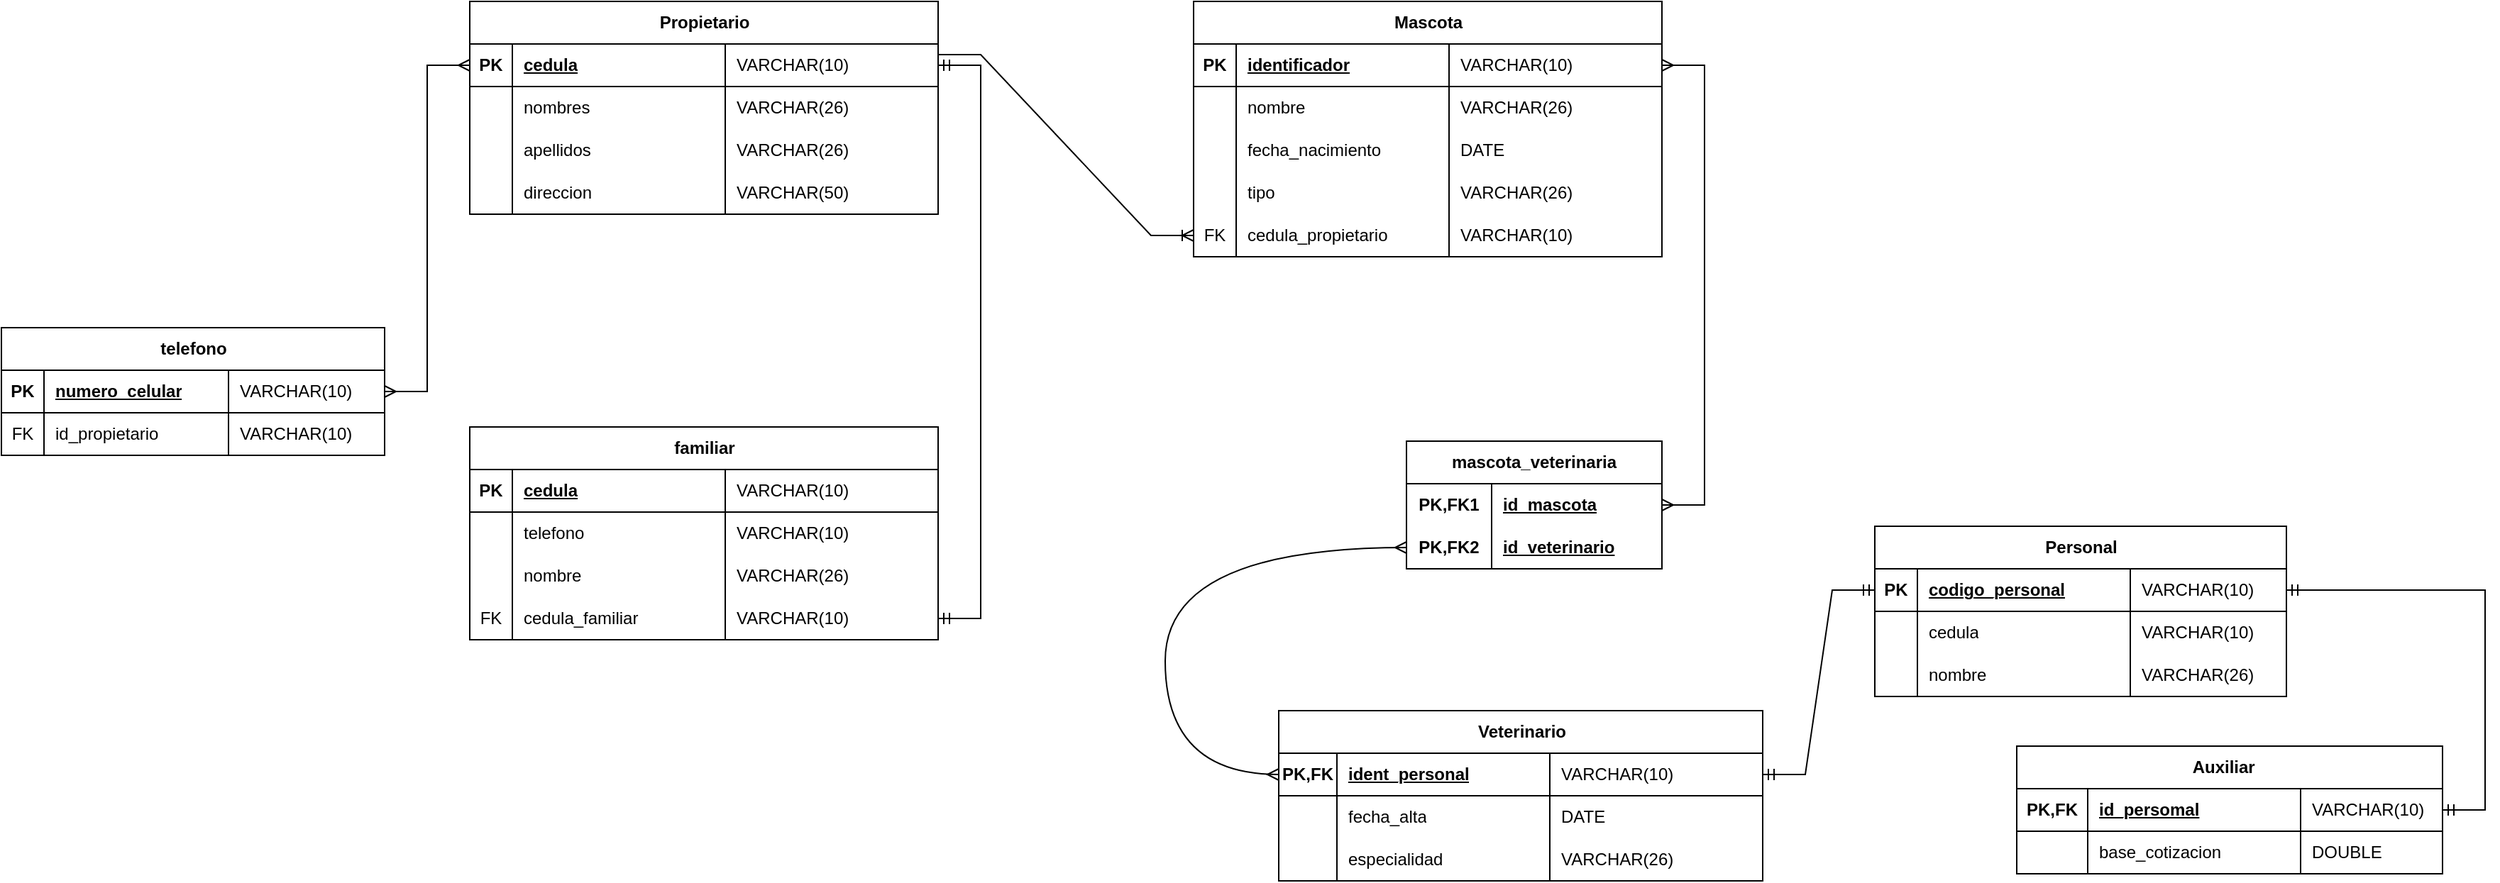
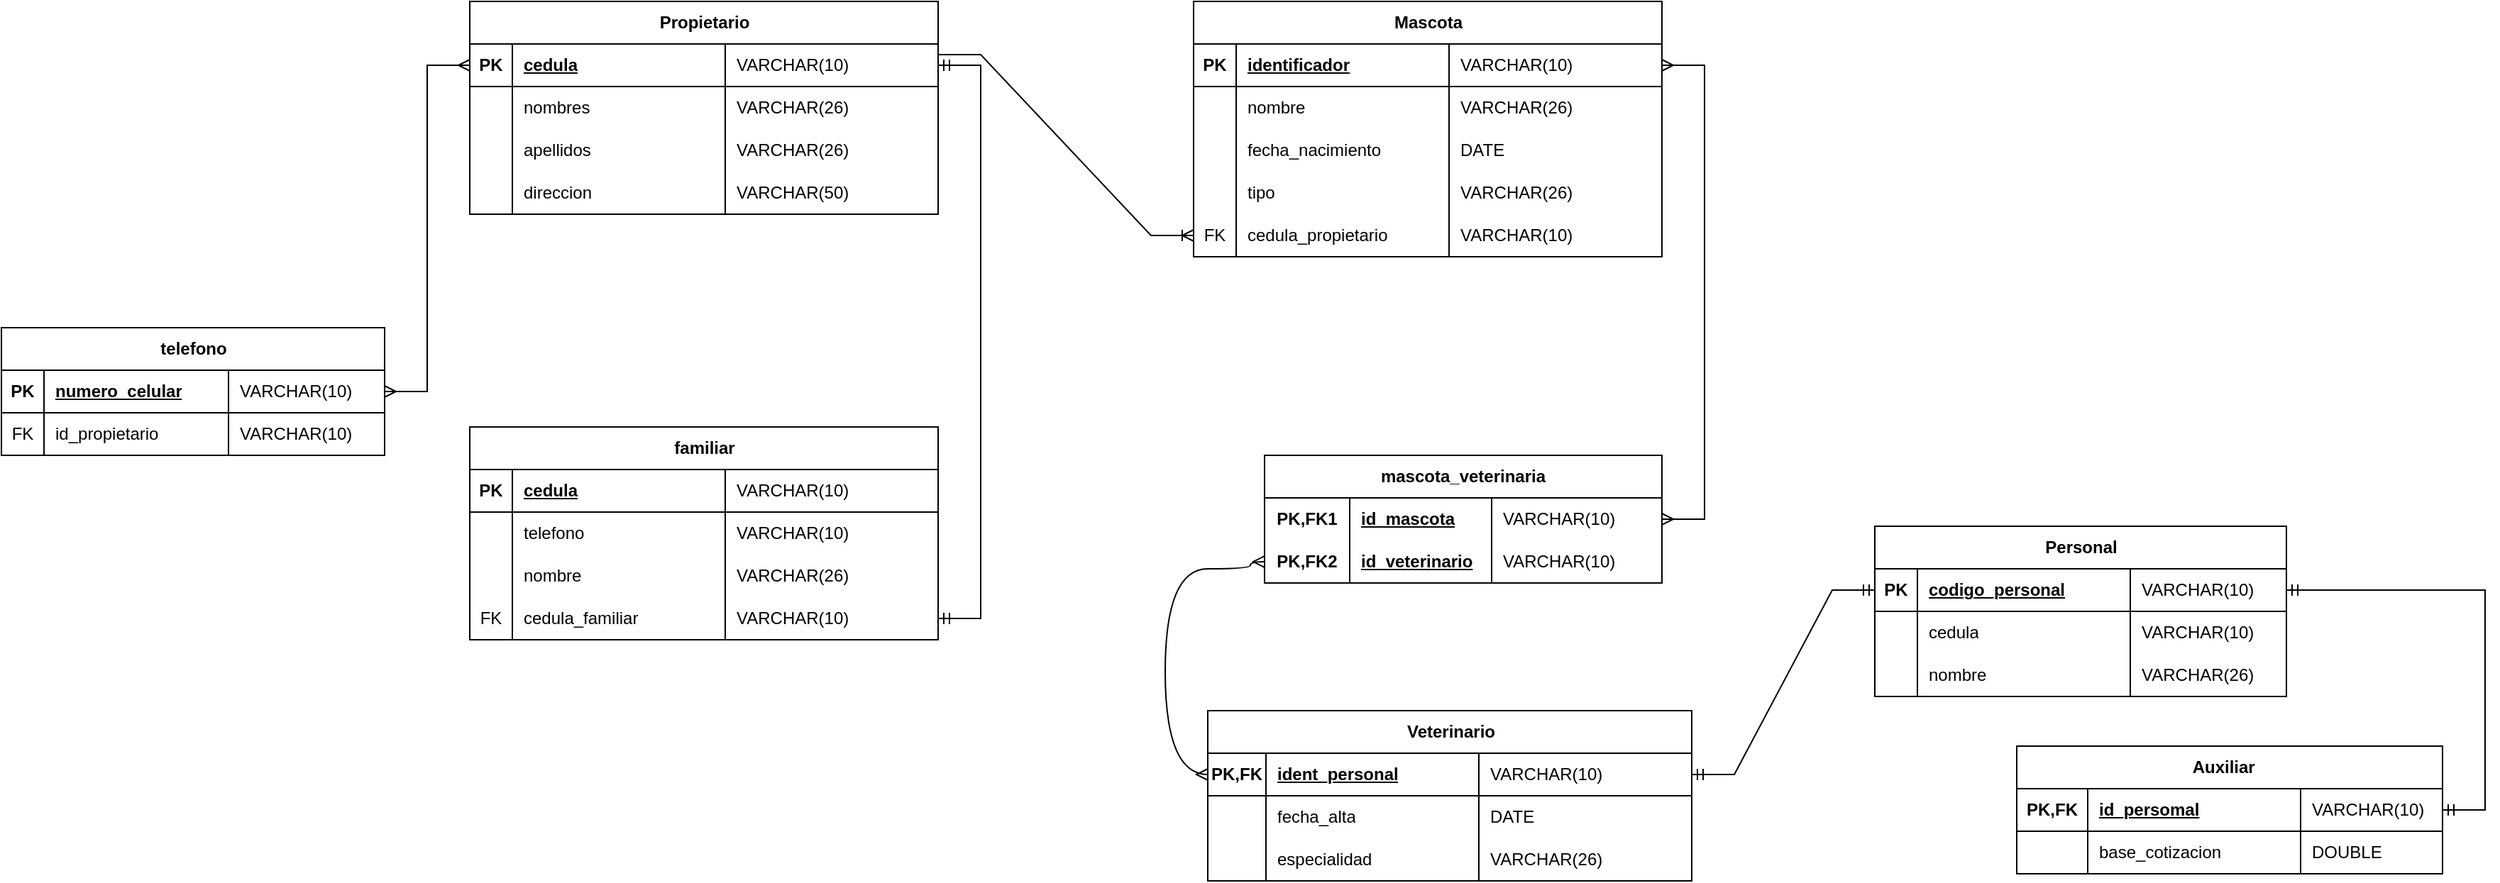
<mxfile host="app.diagrams.net">
  <diagram name="Página-1" id="RFB4FOK34oCEBsNtuuZf">
-     <mxGraphModel dx="2593" dy="975" grid="1" gridSize="10" guides="1" tooltips="1" connect="1" arrows="1" fold="1" page="1" pageScale="1" pageWidth="1200" pageHeight="1600" math="0" shadow="0">
+     <mxGraphModel dx="3057" dy="1300" grid="1" gridSize="10" guides="1" tooltips="1" connect="1" arrows="1" fold="1" page="1" pageScale="1" pageWidth="1200" pageHeight="1600" math="0" shadow="0">
      <root>
        <mxCell id="0" />
        <mxCell id="1" parent="0" />
        <mxCell id="0_z39_5xH4QXwe-hsvRL-1" parent="1" style="shape=table;startSize=30;container=1;collapsible=1;childLayout=tableLayout;fixedRows=1;rowLines=0;fontStyle=1;align=center;resizeLast=1;html=1;" value="Propietario" vertex="1">
          <mxGeometry height="150" width="330" x="80" y="240" as="geometry" />
        </mxCell>
        <mxCell id="0_z39_5xH4QXwe-hsvRL-2" parent="0_z39_5xH4QXwe-hsvRL-1" style="shape=tableRow;horizontal=0;startSize=0;swimlaneHead=0;swimlaneBody=0;fillColor=none;collapsible=0;dropTarget=0;points=[[0,0.5],[1,0.5]];portConstraint=eastwest;top=0;left=0;right=0;bottom=1;" value="" vertex="1">
          <mxGeometry height="30" width="330" y="30" as="geometry" />
        </mxCell>
        <mxCell id="0_z39_5xH4QXwe-hsvRL-3" parent="0_z39_5xH4QXwe-hsvRL-2" style="shape=partialRectangle;connectable=0;fillColor=none;top=0;left=0;bottom=0;right=0;fontStyle=1;overflow=hidden;whiteSpace=wrap;html=1;" value="PK" vertex="1">
          <mxGeometry height="30" width="30" as="geometry">
            <mxRectangle height="30" width="30" as="alternateBounds" />
          </mxGeometry>
        </mxCell>
        <mxCell id="0_z39_5xH4QXwe-hsvRL-4" parent="0_z39_5xH4QXwe-hsvRL-2" style="shape=partialRectangle;connectable=0;fillColor=none;top=0;left=0;bottom=0;right=0;align=left;spacingLeft=6;fontStyle=5;overflow=hidden;whiteSpace=wrap;html=1;" value="cedula" vertex="1">
          <mxGeometry height="30" width="150" x="30" as="geometry">
            <mxRectangle height="30" width="150" as="alternateBounds" />
          </mxGeometry>
        </mxCell>
        <mxCell id="0_z39_5xH4QXwe-hsvRL-30" parent="0_z39_5xH4QXwe-hsvRL-2" style="shape=partialRectangle;connectable=0;fillColor=none;top=0;left=0;bottom=0;right=0;align=left;spacingLeft=6;fontStyle=0;overflow=hidden;whiteSpace=wrap;html=1;" value="VARCHAR(10)" vertex="1">
          <mxGeometry height="30" width="150" x="180" as="geometry">
            <mxRectangle height="30" width="150" as="alternateBounds" />
          </mxGeometry>
        </mxCell>
        <mxCell id="0_z39_5xH4QXwe-hsvRL-5" parent="0_z39_5xH4QXwe-hsvRL-1" style="shape=tableRow;horizontal=0;startSize=0;swimlaneHead=0;swimlaneBody=0;fillColor=none;collapsible=0;dropTarget=0;points=[[0,0.5],[1,0.5]];portConstraint=eastwest;top=0;left=0;right=0;bottom=0;" value="" vertex="1">
          <mxGeometry height="30" width="330" y="60" as="geometry" />
        </mxCell>
        <mxCell id="0_z39_5xH4QXwe-hsvRL-6" parent="0_z39_5xH4QXwe-hsvRL-5" style="shape=partialRectangle;connectable=0;fillColor=none;top=0;left=0;bottom=0;right=0;editable=1;overflow=hidden;whiteSpace=wrap;html=1;" value="" vertex="1">
          <mxGeometry height="30" width="30" as="geometry">
            <mxRectangle height="30" width="30" as="alternateBounds" />
          </mxGeometry>
        </mxCell>
        <mxCell id="0_z39_5xH4QXwe-hsvRL-7" parent="0_z39_5xH4QXwe-hsvRL-5" style="shape=partialRectangle;connectable=0;fillColor=none;top=0;left=0;bottom=0;right=0;align=left;spacingLeft=6;overflow=hidden;whiteSpace=wrap;html=1;" value="nombres" vertex="1">
          <mxGeometry height="30" width="150" x="30" as="geometry">
            <mxRectangle height="30" width="150" as="alternateBounds" />
          </mxGeometry>
        </mxCell>
        <mxCell id="0_z39_5xH4QXwe-hsvRL-31" parent="0_z39_5xH4QXwe-hsvRL-5" style="shape=partialRectangle;connectable=0;fillColor=none;top=0;left=0;bottom=0;right=0;align=left;spacingLeft=6;overflow=hidden;whiteSpace=wrap;html=1;" value="VARCHAR(26)" vertex="1">
          <mxGeometry height="30" width="150" x="180" as="geometry">
            <mxRectangle height="30" width="150" as="alternateBounds" />
          </mxGeometry>
        </mxCell>
        <mxCell id="0_z39_5xH4QXwe-hsvRL-8" parent="0_z39_5xH4QXwe-hsvRL-1" style="shape=tableRow;horizontal=0;startSize=0;swimlaneHead=0;swimlaneBody=0;fillColor=none;collapsible=0;dropTarget=0;points=[[0,0.5],[1,0.5]];portConstraint=eastwest;top=0;left=0;right=0;bottom=0;" value="" vertex="1">
          <mxGeometry height="30" width="330" y="90" as="geometry" />
        </mxCell>
        <mxCell id="0_z39_5xH4QXwe-hsvRL-9" parent="0_z39_5xH4QXwe-hsvRL-8" style="shape=partialRectangle;connectable=0;fillColor=none;top=0;left=0;bottom=0;right=0;editable=1;overflow=hidden;whiteSpace=wrap;html=1;" value="" vertex="1">
          <mxGeometry height="30" width="30" as="geometry">
            <mxRectangle height="30" width="30" as="alternateBounds" />
          </mxGeometry>
        </mxCell>
        <mxCell id="0_z39_5xH4QXwe-hsvRL-10" parent="0_z39_5xH4QXwe-hsvRL-8" style="shape=partialRectangle;connectable=0;fillColor=none;top=0;left=0;bottom=0;right=0;align=left;spacingLeft=6;overflow=hidden;whiteSpace=wrap;html=1;" value="apellidos" vertex="1">
          <mxGeometry height="30" width="150" x="30" as="geometry">
            <mxRectangle height="30" width="150" as="alternateBounds" />
          </mxGeometry>
        </mxCell>
        <mxCell id="0_z39_5xH4QXwe-hsvRL-32" parent="0_z39_5xH4QXwe-hsvRL-8" style="shape=partialRectangle;connectable=0;fillColor=none;top=0;left=0;bottom=0;right=0;align=left;spacingLeft=6;overflow=hidden;whiteSpace=wrap;html=1;" value="VARCHAR(26)" vertex="1">
          <mxGeometry height="30" width="150" x="180" as="geometry">
            <mxRectangle height="30" width="150" as="alternateBounds" />
          </mxGeometry>
        </mxCell>
        <mxCell id="0_z39_5xH4QXwe-hsvRL-11" parent="0_z39_5xH4QXwe-hsvRL-1" style="shape=tableRow;horizontal=0;startSize=0;swimlaneHead=0;swimlaneBody=0;fillColor=none;collapsible=0;dropTarget=0;points=[[0,0.5],[1,0.5]];portConstraint=eastwest;top=0;left=0;right=0;bottom=0;" value="" vertex="1">
          <mxGeometry height="30" width="330" y="120" as="geometry" />
        </mxCell>
        <mxCell id="0_z39_5xH4QXwe-hsvRL-12" parent="0_z39_5xH4QXwe-hsvRL-11" style="shape=partialRectangle;connectable=0;fillColor=none;top=0;left=0;bottom=0;right=0;editable=1;overflow=hidden;whiteSpace=wrap;html=1;" value="" vertex="1">
          <mxGeometry height="30" width="30" as="geometry">
            <mxRectangle height="30" width="30" as="alternateBounds" />
          </mxGeometry>
        </mxCell>
        <mxCell id="0_z39_5xH4QXwe-hsvRL-13" parent="0_z39_5xH4QXwe-hsvRL-11" style="shape=partialRectangle;connectable=0;fillColor=none;top=0;left=0;bottom=0;right=0;align=left;spacingLeft=6;overflow=hidden;whiteSpace=wrap;html=1;" value="direccion" vertex="1">
          <mxGeometry height="30" width="150" x="30" as="geometry">
            <mxRectangle height="30" width="150" as="alternateBounds" />
          </mxGeometry>
        </mxCell>
        <mxCell id="0_z39_5xH4QXwe-hsvRL-33" parent="0_z39_5xH4QXwe-hsvRL-11" style="shape=partialRectangle;connectable=0;fillColor=none;top=0;left=0;bottom=0;right=0;align=left;spacingLeft=6;overflow=hidden;whiteSpace=wrap;html=1;" value="VARCHAR(50)" vertex="1">
          <mxGeometry height="30" width="150" x="180" as="geometry">
            <mxRectangle height="30" width="150" as="alternateBounds" />
          </mxGeometry>
        </mxCell>
        <mxCell id="0_z39_5xH4QXwe-hsvRL-14" parent="1" style="shape=table;startSize=30;container=1;collapsible=1;childLayout=tableLayout;fixedRows=1;rowLines=0;fontStyle=1;align=center;resizeLast=1;html=1;" value="Mascota" vertex="1">
          <mxGeometry height="180" width="330" x="590" y="240" as="geometry" />
        </mxCell>
        <mxCell id="0_z39_5xH4QXwe-hsvRL-15" parent="0_z39_5xH4QXwe-hsvRL-14" style="shape=tableRow;horizontal=0;startSize=0;swimlaneHead=0;swimlaneBody=0;fillColor=none;collapsible=0;dropTarget=0;points=[[0,0.5],[1,0.5]];portConstraint=eastwest;top=0;left=0;right=0;bottom=1;" value="" vertex="1">
          <mxGeometry height="30" width="330" y="30" as="geometry" />
        </mxCell>
        <mxCell id="0_z39_5xH4QXwe-hsvRL-16" parent="0_z39_5xH4QXwe-hsvRL-15" style="shape=partialRectangle;connectable=0;fillColor=none;top=0;left=0;bottom=0;right=0;fontStyle=1;overflow=hidden;whiteSpace=wrap;html=1;" value="PK" vertex="1">
          <mxGeometry height="30" width="30" as="geometry">
            <mxRectangle height="30" width="30" as="alternateBounds" />
          </mxGeometry>
        </mxCell>
        <mxCell id="0_z39_5xH4QXwe-hsvRL-17" parent="0_z39_5xH4QXwe-hsvRL-15" style="shape=partialRectangle;connectable=0;fillColor=none;top=0;left=0;bottom=0;right=0;align=left;spacingLeft=6;fontStyle=5;overflow=hidden;whiteSpace=wrap;html=1;" value="identificador" vertex="1">
          <mxGeometry height="30" width="150" x="30" as="geometry">
            <mxRectangle height="30" width="150" as="alternateBounds" />
          </mxGeometry>
        </mxCell>
        <mxCell id="0_z39_5xH4QXwe-hsvRL-34" parent="0_z39_5xH4QXwe-hsvRL-15" style="shape=partialRectangle;connectable=0;fillColor=none;top=0;left=0;bottom=0;right=0;align=left;spacingLeft=6;fontStyle=0;overflow=hidden;whiteSpace=wrap;html=1;" value="VARCHAR(10)" vertex="1">
          <mxGeometry height="30" width="150" x="180" as="geometry">
            <mxRectangle height="30" width="150" as="alternateBounds" />
          </mxGeometry>
        </mxCell>
        <mxCell id="0_z39_5xH4QXwe-hsvRL-18" parent="0_z39_5xH4QXwe-hsvRL-14" style="shape=tableRow;horizontal=0;startSize=0;swimlaneHead=0;swimlaneBody=0;fillColor=none;collapsible=0;dropTarget=0;points=[[0,0.5],[1,0.5]];portConstraint=eastwest;top=0;left=0;right=0;bottom=0;" value="" vertex="1">
          <mxGeometry height="30" width="330" y="60" as="geometry" />
        </mxCell>
        <mxCell id="0_z39_5xH4QXwe-hsvRL-19" parent="0_z39_5xH4QXwe-hsvRL-18" style="shape=partialRectangle;connectable=0;fillColor=none;top=0;left=0;bottom=0;right=0;editable=1;overflow=hidden;whiteSpace=wrap;html=1;" value="" vertex="1">
          <mxGeometry height="30" width="30" as="geometry">
            <mxRectangle height="30" width="30" as="alternateBounds" />
          </mxGeometry>
        </mxCell>
        <mxCell id="0_z39_5xH4QXwe-hsvRL-20" parent="0_z39_5xH4QXwe-hsvRL-18" style="shape=partialRectangle;connectable=0;fillColor=none;top=0;left=0;bottom=0;right=0;align=left;spacingLeft=6;overflow=hidden;whiteSpace=wrap;html=1;" value="nombre&amp;nbsp;&lt;span style=&quot;white-space: pre;&quot;&gt;&#x9;&lt;/span&gt;" vertex="1">
          <mxGeometry height="30" width="150" x="30" as="geometry">
            <mxRectangle height="30" width="150" as="alternateBounds" />
          </mxGeometry>
        </mxCell>
        <mxCell id="0_z39_5xH4QXwe-hsvRL-35" parent="0_z39_5xH4QXwe-hsvRL-18" style="shape=partialRectangle;connectable=0;fillColor=none;top=0;left=0;bottom=0;right=0;align=left;spacingLeft=6;overflow=hidden;whiteSpace=wrap;html=1;" value="VARCHAR(26)" vertex="1">
          <mxGeometry height="30" width="150" x="180" as="geometry">
            <mxRectangle height="30" width="150" as="alternateBounds" />
          </mxGeometry>
        </mxCell>
        <mxCell id="0_z39_5xH4QXwe-hsvRL-21" parent="0_z39_5xH4QXwe-hsvRL-14" style="shape=tableRow;horizontal=0;startSize=0;swimlaneHead=0;swimlaneBody=0;fillColor=none;collapsible=0;dropTarget=0;points=[[0,0.5],[1,0.5]];portConstraint=eastwest;top=0;left=0;right=0;bottom=0;" value="" vertex="1">
          <mxGeometry height="30" width="330" y="90" as="geometry" />
        </mxCell>
        <mxCell id="0_z39_5xH4QXwe-hsvRL-22" parent="0_z39_5xH4QXwe-hsvRL-21" style="shape=partialRectangle;connectable=0;fillColor=none;top=0;left=0;bottom=0;right=0;editable=1;overflow=hidden;whiteSpace=wrap;html=1;" value="" vertex="1">
          <mxGeometry height="30" width="30" as="geometry">
            <mxRectangle height="30" width="30" as="alternateBounds" />
          </mxGeometry>
        </mxCell>
        <mxCell id="0_z39_5xH4QXwe-hsvRL-23" parent="0_z39_5xH4QXwe-hsvRL-21" style="shape=partialRectangle;connectable=0;fillColor=none;top=0;left=0;bottom=0;right=0;align=left;spacingLeft=6;overflow=hidden;whiteSpace=wrap;html=1;" value="fecha_nacimiento" vertex="1">
          <mxGeometry height="30" width="150" x="30" as="geometry">
            <mxRectangle height="30" width="150" as="alternateBounds" />
          </mxGeometry>
        </mxCell>
        <mxCell id="0_z39_5xH4QXwe-hsvRL-36" parent="0_z39_5xH4QXwe-hsvRL-21" style="shape=partialRectangle;connectable=0;fillColor=none;top=0;left=0;bottom=0;right=0;align=left;spacingLeft=6;overflow=hidden;whiteSpace=wrap;html=1;" value="DATE" vertex="1">
          <mxGeometry height="30" width="150" x="180" as="geometry">
            <mxRectangle height="30" width="150" as="alternateBounds" />
          </mxGeometry>
        </mxCell>
        <mxCell id="0_z39_5xH4QXwe-hsvRL-24" parent="0_z39_5xH4QXwe-hsvRL-14" style="shape=tableRow;horizontal=0;startSize=0;swimlaneHead=0;swimlaneBody=0;fillColor=none;collapsible=0;dropTarget=0;points=[[0,0.5],[1,0.5]];portConstraint=eastwest;top=0;left=0;right=0;bottom=0;" value="" vertex="1">
          <mxGeometry height="30" width="330" y="120" as="geometry" />
        </mxCell>
        <mxCell id="0_z39_5xH4QXwe-hsvRL-25" parent="0_z39_5xH4QXwe-hsvRL-24" style="shape=partialRectangle;connectable=0;fillColor=none;top=0;left=0;bottom=0;right=0;editable=1;overflow=hidden;whiteSpace=wrap;html=1;" value="" vertex="1">
          <mxGeometry height="30" width="30" as="geometry">
            <mxRectangle height="30" width="30" as="alternateBounds" />
          </mxGeometry>
        </mxCell>
        <mxCell id="0_z39_5xH4QXwe-hsvRL-26" parent="0_z39_5xH4QXwe-hsvRL-24" style="shape=partialRectangle;connectable=0;fillColor=none;top=0;left=0;bottom=0;right=0;align=left;spacingLeft=6;overflow=hidden;whiteSpace=wrap;html=1;" value="tipo" vertex="1">
          <mxGeometry height="30" width="150" x="30" as="geometry">
            <mxRectangle height="30" width="150" as="alternateBounds" />
          </mxGeometry>
        </mxCell>
        <mxCell id="0_z39_5xH4QXwe-hsvRL-37" parent="0_z39_5xH4QXwe-hsvRL-24" style="shape=partialRectangle;connectable=0;fillColor=none;top=0;left=0;bottom=0;right=0;align=left;spacingLeft=6;overflow=hidden;whiteSpace=wrap;html=1;" value="VARCHAR(26)" vertex="1">
          <mxGeometry height="30" width="150" x="180" as="geometry">
            <mxRectangle height="30" width="150" as="alternateBounds" />
          </mxGeometry>
        </mxCell>
        <mxCell id="0_z39_5xH4QXwe-hsvRL-27" parent="0_z39_5xH4QXwe-hsvRL-14" style="shape=tableRow;horizontal=0;startSize=0;swimlaneHead=0;swimlaneBody=0;fillColor=none;collapsible=0;dropTarget=0;points=[[0,0.5],[1,0.5]];portConstraint=eastwest;top=0;left=0;right=0;bottom=0;" value="" vertex="1">
          <mxGeometry height="30" width="330" y="150" as="geometry" />
        </mxCell>
        <mxCell id="0_z39_5xH4QXwe-hsvRL-28" parent="0_z39_5xH4QXwe-hsvRL-27" style="shape=partialRectangle;connectable=0;fillColor=none;top=0;left=0;bottom=0;right=0;editable=1;overflow=hidden;whiteSpace=wrap;html=1;" value="FK" vertex="1">
          <mxGeometry height="30" width="30" as="geometry">
            <mxRectangle height="30" width="30" as="alternateBounds" />
          </mxGeometry>
        </mxCell>
        <mxCell id="0_z39_5xH4QXwe-hsvRL-29" parent="0_z39_5xH4QXwe-hsvRL-27" style="shape=partialRectangle;connectable=0;fillColor=none;top=0;left=0;bottom=0;right=0;align=left;spacingLeft=6;overflow=hidden;whiteSpace=wrap;html=1;" value="cedula_propietario" vertex="1">
          <mxGeometry height="30" width="150" x="30" as="geometry">
            <mxRectangle height="30" width="150" as="alternateBounds" />
          </mxGeometry>
        </mxCell>
        <mxCell id="0_z39_5xH4QXwe-hsvRL-38" parent="0_z39_5xH4QXwe-hsvRL-27" style="shape=partialRectangle;connectable=0;fillColor=none;top=0;left=0;bottom=0;right=0;align=left;spacingLeft=6;overflow=hidden;whiteSpace=wrap;html=1;" value="VARCHAR(10)" vertex="1">
          <mxGeometry height="30" width="150" x="180" as="geometry">
            <mxRectangle height="30" width="150" as="alternateBounds" />
          </mxGeometry>
        </mxCell>
        <mxCell id="0_z39_5xH4QXwe-hsvRL-39" parent="1" style="shape=table;startSize=30;container=1;collapsible=1;childLayout=tableLayout;fixedRows=1;rowLines=0;fontStyle=1;align=center;resizeLast=1;html=1;" value="Personal" vertex="1">
          <mxGeometry height="120" width="290" x="1070" y="610" as="geometry" />
        </mxCell>
        <mxCell id="0_z39_5xH4QXwe-hsvRL-40" parent="0_z39_5xH4QXwe-hsvRL-39" style="shape=tableRow;horizontal=0;startSize=0;swimlaneHead=0;swimlaneBody=0;fillColor=none;collapsible=0;dropTarget=0;points=[[0,0.5],[1,0.5]];portConstraint=eastwest;top=0;left=0;right=0;bottom=1;" value="" vertex="1">
          <mxGeometry height="30" width="290" y="30" as="geometry" />
        </mxCell>
        <mxCell id="0_z39_5xH4QXwe-hsvRL-41" parent="0_z39_5xH4QXwe-hsvRL-40" style="shape=partialRectangle;connectable=0;fillColor=none;top=0;left=0;bottom=0;right=0;fontStyle=1;overflow=hidden;whiteSpace=wrap;html=1;" value="PK" vertex="1">
          <mxGeometry height="30" width="30" as="geometry">
            <mxRectangle height="30" width="30" as="alternateBounds" />
          </mxGeometry>
        </mxCell>
        <mxCell id="0_z39_5xH4QXwe-hsvRL-42" parent="0_z39_5xH4QXwe-hsvRL-40" style="shape=partialRectangle;connectable=0;fillColor=none;top=0;left=0;bottom=0;right=0;align=left;spacingLeft=6;fontStyle=5;overflow=hidden;whiteSpace=wrap;html=1;" value="codigo_personal" vertex="1">
          <mxGeometry height="30" width="150" x="30" as="geometry">
            <mxRectangle height="30" width="150" as="alternateBounds" />
          </mxGeometry>
        </mxCell>
        <mxCell id="0_z39_5xH4QXwe-hsvRL-80" parent="0_z39_5xH4QXwe-hsvRL-40" style="shape=partialRectangle;connectable=0;fillColor=none;top=0;left=0;bottom=0;right=0;align=left;spacingLeft=6;fontStyle=0;overflow=hidden;whiteSpace=wrap;html=1;" value="VARCHAR(10)" vertex="1">
          <mxGeometry height="30" width="110" x="180" as="geometry">
            <mxRectangle height="30" width="110" as="alternateBounds" />
          </mxGeometry>
        </mxCell>
        <mxCell id="0_z39_5xH4QXwe-hsvRL-43" parent="0_z39_5xH4QXwe-hsvRL-39" style="shape=tableRow;horizontal=0;startSize=0;swimlaneHead=0;swimlaneBody=0;fillColor=none;collapsible=0;dropTarget=0;points=[[0,0.5],[1,0.5]];portConstraint=eastwest;top=0;left=0;right=0;bottom=0;" value="" vertex="1">
          <mxGeometry height="30" width="290" y="60" as="geometry" />
        </mxCell>
        <mxCell id="0_z39_5xH4QXwe-hsvRL-44" parent="0_z39_5xH4QXwe-hsvRL-43" style="shape=partialRectangle;connectable=0;fillColor=none;top=0;left=0;bottom=0;right=0;editable=1;overflow=hidden;whiteSpace=wrap;html=1;" value="" vertex="1">
          <mxGeometry height="30" width="30" as="geometry">
            <mxRectangle height="30" width="30" as="alternateBounds" />
          </mxGeometry>
        </mxCell>
        <mxCell id="0_z39_5xH4QXwe-hsvRL-45" parent="0_z39_5xH4QXwe-hsvRL-43" style="shape=partialRectangle;connectable=0;fillColor=none;top=0;left=0;bottom=0;right=0;align=left;spacingLeft=6;overflow=hidden;whiteSpace=wrap;html=1;" value="cedula" vertex="1">
          <mxGeometry height="30" width="150" x="30" as="geometry">
            <mxRectangle height="30" width="150" as="alternateBounds" />
          </mxGeometry>
        </mxCell>
        <mxCell id="0_z39_5xH4QXwe-hsvRL-81" parent="0_z39_5xH4QXwe-hsvRL-43" style="shape=partialRectangle;connectable=0;fillColor=none;top=0;left=0;bottom=0;right=0;align=left;spacingLeft=6;overflow=hidden;whiteSpace=wrap;html=1;" value="VARCHAR(10)" vertex="1">
          <mxGeometry height="30" width="110" x="180" as="geometry">
            <mxRectangle height="30" width="110" as="alternateBounds" />
          </mxGeometry>
        </mxCell>
        <mxCell id="0_z39_5xH4QXwe-hsvRL-46" parent="0_z39_5xH4QXwe-hsvRL-39" style="shape=tableRow;horizontal=0;startSize=0;swimlaneHead=0;swimlaneBody=0;fillColor=none;collapsible=0;dropTarget=0;points=[[0,0.5],[1,0.5]];portConstraint=eastwest;top=0;left=0;right=0;bottom=0;" value="" vertex="1">
          <mxGeometry height="30" width="290" y="90" as="geometry" />
        </mxCell>
        <mxCell id="0_z39_5xH4QXwe-hsvRL-47" parent="0_z39_5xH4QXwe-hsvRL-46" style="shape=partialRectangle;connectable=0;fillColor=none;top=0;left=0;bottom=0;right=0;editable=1;overflow=hidden;whiteSpace=wrap;html=1;" value="" vertex="1">
          <mxGeometry height="30" width="30" as="geometry">
            <mxRectangle height="30" width="30" as="alternateBounds" />
          </mxGeometry>
        </mxCell>
        <mxCell id="0_z39_5xH4QXwe-hsvRL-48" parent="0_z39_5xH4QXwe-hsvRL-46" style="shape=partialRectangle;connectable=0;fillColor=none;top=0;left=0;bottom=0;right=0;align=left;spacingLeft=6;overflow=hidden;whiteSpace=wrap;html=1;" value="nombre" vertex="1">
          <mxGeometry height="30" width="150" x="30" as="geometry">
            <mxRectangle height="30" width="150" as="alternateBounds" />
          </mxGeometry>
        </mxCell>
        <mxCell id="0_z39_5xH4QXwe-hsvRL-82" parent="0_z39_5xH4QXwe-hsvRL-46" style="shape=partialRectangle;connectable=0;fillColor=none;top=0;left=0;bottom=0;right=0;align=left;spacingLeft=6;overflow=hidden;whiteSpace=wrap;html=1;" value="VARCHAR(26)" vertex="1">
          <mxGeometry height="30" width="110" x="180" as="geometry">
            <mxRectangle height="30" width="110" as="alternateBounds" />
          </mxGeometry>
        </mxCell>
        <mxCell id="0_z39_5xH4QXwe-hsvRL-52" parent="1" style="shape=table;startSize=30;container=1;collapsible=1;childLayout=tableLayout;fixedRows=1;rowLines=0;fontStyle=1;align=center;resizeLast=1;html=1;" value="Veterinario" vertex="1">
-           <mxGeometry height="120" width="341" x="650" y="740" as="geometry" />
+           <mxGeometry height="120" width="341" x="600" y="740" as="geometry" />
        </mxCell>
        <mxCell id="0_z39_5xH4QXwe-hsvRL-53" parent="0_z39_5xH4QXwe-hsvRL-52" style="shape=tableRow;horizontal=0;startSize=0;swimlaneHead=0;swimlaneBody=0;fillColor=none;collapsible=0;dropTarget=0;points=[[0,0.5],[1,0.5]];portConstraint=eastwest;top=0;left=0;right=0;bottom=1;" value="" vertex="1">
          <mxGeometry height="30" width="341" y="30" as="geometry" />
        </mxCell>
        <mxCell id="0_z39_5xH4QXwe-hsvRL-54" parent="0_z39_5xH4QXwe-hsvRL-53" style="shape=partialRectangle;connectable=0;fillColor=none;top=0;left=0;bottom=0;right=0;fontStyle=1;overflow=hidden;whiteSpace=wrap;html=1;" value="PK,FK" vertex="1">
          <mxGeometry height="30" width="41" as="geometry">
            <mxRectangle height="30" width="41" as="alternateBounds" />
          </mxGeometry>
        </mxCell>
        <mxCell id="0_z39_5xH4QXwe-hsvRL-55" parent="0_z39_5xH4QXwe-hsvRL-53" style="shape=partialRectangle;connectable=0;fillColor=none;top=0;left=0;bottom=0;right=0;align=left;spacingLeft=6;fontStyle=5;overflow=hidden;whiteSpace=wrap;html=1;" value="ident_personal" vertex="1">
          <mxGeometry height="30" width="150" x="41" as="geometry">
            <mxRectangle height="30" width="150" as="alternateBounds" />
          </mxGeometry>
        </mxCell>
        <mxCell id="0_z39_5xH4QXwe-hsvRL-85" parent="0_z39_5xH4QXwe-hsvRL-53" style="shape=partialRectangle;connectable=0;fillColor=none;top=0;left=0;bottom=0;right=0;align=left;spacingLeft=6;fontStyle=0;overflow=hidden;whiteSpace=wrap;html=1;" value="VARCHAR(10)" vertex="1">
          <mxGeometry height="30" width="150" x="191" as="geometry">
            <mxRectangle height="30" width="150" as="alternateBounds" />
          </mxGeometry>
        </mxCell>
        <mxCell id="0_z39_5xH4QXwe-hsvRL-56" parent="0_z39_5xH4QXwe-hsvRL-52" style="shape=tableRow;horizontal=0;startSize=0;swimlaneHead=0;swimlaneBody=0;fillColor=none;collapsible=0;dropTarget=0;points=[[0,0.5],[1,0.5]];portConstraint=eastwest;top=0;left=0;right=0;bottom=0;" value="" vertex="1">
          <mxGeometry height="30" width="341" y="60" as="geometry" />
        </mxCell>
        <mxCell id="0_z39_5xH4QXwe-hsvRL-57" parent="0_z39_5xH4QXwe-hsvRL-56" style="shape=partialRectangle;connectable=0;fillColor=none;top=0;left=0;bottom=0;right=0;editable=1;overflow=hidden;whiteSpace=wrap;html=1;" value="" vertex="1">
          <mxGeometry height="30" width="41" as="geometry">
            <mxRectangle height="30" width="41" as="alternateBounds" />
          </mxGeometry>
        </mxCell>
        <mxCell id="0_z39_5xH4QXwe-hsvRL-58" parent="0_z39_5xH4QXwe-hsvRL-56" style="shape=partialRectangle;connectable=0;fillColor=none;top=0;left=0;bottom=0;right=0;align=left;spacingLeft=6;overflow=hidden;whiteSpace=wrap;html=1;" value="fecha_alta" vertex="1">
          <mxGeometry height="30" width="150" x="41" as="geometry">
            <mxRectangle height="30" width="150" as="alternateBounds" />
          </mxGeometry>
        </mxCell>
        <mxCell id="0_z39_5xH4QXwe-hsvRL-86" parent="0_z39_5xH4QXwe-hsvRL-56" style="shape=partialRectangle;connectable=0;fillColor=none;top=0;left=0;bottom=0;right=0;align=left;spacingLeft=6;overflow=hidden;whiteSpace=wrap;html=1;" value="DATE" vertex="1">
          <mxGeometry height="30" width="150" x="191" as="geometry">
            <mxRectangle height="30" width="150" as="alternateBounds" />
          </mxGeometry>
        </mxCell>
        <mxCell id="0_z39_5xH4QXwe-hsvRL-59" parent="0_z39_5xH4QXwe-hsvRL-52" style="shape=tableRow;horizontal=0;startSize=0;swimlaneHead=0;swimlaneBody=0;fillColor=none;collapsible=0;dropTarget=0;points=[[0,0.5],[1,0.5]];portConstraint=eastwest;top=0;left=0;right=0;bottom=0;" value="" vertex="1">
          <mxGeometry height="30" width="341" y="90" as="geometry" />
        </mxCell>
        <mxCell id="0_z39_5xH4QXwe-hsvRL-60" parent="0_z39_5xH4QXwe-hsvRL-59" style="shape=partialRectangle;connectable=0;fillColor=none;top=0;left=0;bottom=0;right=0;editable=1;overflow=hidden;whiteSpace=wrap;html=1;" value="" vertex="1">
          <mxGeometry height="30" width="41" as="geometry">
            <mxRectangle height="30" width="41" as="alternateBounds" />
          </mxGeometry>
        </mxCell>
        <mxCell id="0_z39_5xH4QXwe-hsvRL-61" parent="0_z39_5xH4QXwe-hsvRL-59" style="shape=partialRectangle;connectable=0;fillColor=none;top=0;left=0;bottom=0;right=0;align=left;spacingLeft=6;overflow=hidden;whiteSpace=wrap;html=1;" value="especialidad" vertex="1">
          <mxGeometry height="30" width="150" x="41" as="geometry">
            <mxRectangle height="30" width="150" as="alternateBounds" />
          </mxGeometry>
        </mxCell>
        <mxCell id="0_z39_5xH4QXwe-hsvRL-87" parent="0_z39_5xH4QXwe-hsvRL-59" style="shape=partialRectangle;connectable=0;fillColor=none;top=0;left=0;bottom=0;right=0;align=left;spacingLeft=6;overflow=hidden;whiteSpace=wrap;html=1;" value="VARCHAR(26)" vertex="1">
          <mxGeometry height="30" width="150" x="191" as="geometry">
            <mxRectangle height="30" width="150" as="alternateBounds" />
          </mxGeometry>
        </mxCell>
        <mxCell id="0_z39_5xH4QXwe-hsvRL-65" parent="1" style="shape=table;startSize=30;container=1;collapsible=1;childLayout=tableLayout;fixedRows=1;rowLines=0;fontStyle=1;align=center;resizeLast=1;html=1;" value="Auxiliar&lt;span style=&quot;white-space: pre;&quot;&gt;&#x9;&lt;/span&gt;" vertex="1">
          <mxGeometry height="90" width="300" x="1170" y="765" as="geometry" />
        </mxCell>
        <mxCell id="0_z39_5xH4QXwe-hsvRL-66" parent="0_z39_5xH4QXwe-hsvRL-65" style="shape=tableRow;horizontal=0;startSize=0;swimlaneHead=0;swimlaneBody=0;fillColor=none;collapsible=0;dropTarget=0;points=[[0,0.5],[1,0.5]];portConstraint=eastwest;top=0;left=0;right=0;bottom=1;" value="" vertex="1">
          <mxGeometry height="30" width="300" y="30" as="geometry" />
        </mxCell>
        <mxCell id="0_z39_5xH4QXwe-hsvRL-67" parent="0_z39_5xH4QXwe-hsvRL-66" style="shape=partialRectangle;connectable=0;fillColor=none;top=0;left=0;bottom=0;right=0;fontStyle=1;overflow=hidden;whiteSpace=wrap;html=1;" value="PK,FK" vertex="1">
          <mxGeometry height="30" width="50" as="geometry">
            <mxRectangle height="30" width="50" as="alternateBounds" />
          </mxGeometry>
        </mxCell>
        <mxCell id="0_z39_5xH4QXwe-hsvRL-68" parent="0_z39_5xH4QXwe-hsvRL-66" style="shape=partialRectangle;connectable=0;fillColor=none;top=0;left=0;bottom=0;right=0;align=left;spacingLeft=6;fontStyle=5;overflow=hidden;whiteSpace=wrap;html=1;" value="id_persomal" vertex="1">
          <mxGeometry height="30" width="150" x="50" as="geometry">
            <mxRectangle height="30" width="150" as="alternateBounds" />
          </mxGeometry>
        </mxCell>
        <mxCell id="0_z39_5xH4QXwe-hsvRL-78" parent="0_z39_5xH4QXwe-hsvRL-66" style="shape=partialRectangle;connectable=0;fillColor=none;top=0;left=0;bottom=0;right=0;align=left;spacingLeft=6;fontStyle=0;overflow=hidden;whiteSpace=wrap;html=1;" value="VARCHAR(10)" vertex="1">
          <mxGeometry height="30" width="100" x="200" as="geometry">
            <mxRectangle height="30" width="100" as="alternateBounds" />
          </mxGeometry>
        </mxCell>
        <mxCell id="0_z39_5xH4QXwe-hsvRL-69" parent="0_z39_5xH4QXwe-hsvRL-65" style="shape=tableRow;horizontal=0;startSize=0;swimlaneHead=0;swimlaneBody=0;fillColor=none;collapsible=0;dropTarget=0;points=[[0,0.5],[1,0.5]];portConstraint=eastwest;top=0;left=0;right=0;bottom=0;" value="" vertex="1">
          <mxGeometry height="30" width="300" y="60" as="geometry" />
        </mxCell>
        <mxCell id="0_z39_5xH4QXwe-hsvRL-70" parent="0_z39_5xH4QXwe-hsvRL-69" style="shape=partialRectangle;connectable=0;fillColor=none;top=0;left=0;bottom=0;right=0;editable=1;overflow=hidden;whiteSpace=wrap;html=1;" value="" vertex="1">
          <mxGeometry height="30" width="50" as="geometry">
            <mxRectangle height="30" width="50" as="alternateBounds" />
          </mxGeometry>
        </mxCell>
        <mxCell id="0_z39_5xH4QXwe-hsvRL-71" parent="0_z39_5xH4QXwe-hsvRL-69" style="shape=partialRectangle;connectable=0;fillColor=none;top=0;left=0;bottom=0;right=0;align=left;spacingLeft=6;overflow=hidden;whiteSpace=wrap;html=1;" value="base_cotizacion" vertex="1">
          <mxGeometry height="30" width="150" x="50" as="geometry">
            <mxRectangle height="30" width="150" as="alternateBounds" />
          </mxGeometry>
        </mxCell>
        <mxCell id="0_z39_5xH4QXwe-hsvRL-79" parent="0_z39_5xH4QXwe-hsvRL-69" style="shape=partialRectangle;connectable=0;fillColor=none;top=0;left=0;bottom=0;right=0;align=left;spacingLeft=6;overflow=hidden;whiteSpace=wrap;html=1;" value="DOUBLE" vertex="1">
          <mxGeometry height="30" width="100" x="200" as="geometry">
            <mxRectangle height="30" width="100" as="alternateBounds" />
          </mxGeometry>
        </mxCell>
        <mxCell id="0_z39_5xH4QXwe-hsvRL-83" edge="1" parent="1" source="0_z39_5xH4QXwe-hsvRL-53" style="edgeStyle=entityRelationEdgeStyle;fontSize=12;html=1;endArrow=ERmandOne;startArrow=ERmandOne;rounded=0;entryX=0;entryY=0.5;entryDx=0;entryDy=0;" target="0_z39_5xH4QXwe-hsvRL-40" value="">
          <mxGeometry height="100" relative="1" width="100" as="geometry">
            <mxPoint x="950" y="570" as="sourcePoint" />
            <mxPoint x="1050" y="470" as="targetPoint" />
          </mxGeometry>
        </mxCell>
        <mxCell id="0_z39_5xH4QXwe-hsvRL-84" edge="1" parent="1" style="edgeStyle=entityRelationEdgeStyle;fontSize=12;html=1;endArrow=ERmandOne;startArrow=ERmandOne;rounded=0;entryX=1;entryY=0.5;entryDx=0;entryDy=0;" target="0_z39_5xH4QXwe-hsvRL-40" value="">
          <mxGeometry height="100" relative="1" width="100" as="geometry">
            <mxPoint x="1470" y="810" as="sourcePoint" />
            <mxPoint x="1440" y="505" as="targetPoint" />
          </mxGeometry>
        </mxCell>
        <mxCell id="0_z39_5xH4QXwe-hsvRL-88" parent="1" style="shape=table;startSize=30;container=1;collapsible=1;childLayout=tableLayout;fixedRows=1;rowLines=0;fontStyle=1;align=center;resizeLast=1;html=1;whiteSpace=wrap;" value="mascota_veterinaria" vertex="1">
-           <mxGeometry height="90" width="180" x="740" y="550" as="geometry" />
+           <mxGeometry height="90" width="280" x="640" y="560" as="geometry" />
        </mxCell>
        <mxCell id="0_z39_5xH4QXwe-hsvRL-89" parent="0_z39_5xH4QXwe-hsvRL-88" style="shape=tableRow;horizontal=0;startSize=0;swimlaneHead=0;swimlaneBody=0;fillColor=none;collapsible=0;dropTarget=0;points=[[0,0.5],[1,0.5]];portConstraint=eastwest;top=0;left=0;right=0;bottom=0;html=1;" value="" vertex="1">
-           <mxGeometry height="30" width="180" y="30" as="geometry" />
+           <mxGeometry height="30" width="280" y="30" as="geometry" />
        </mxCell>
        <mxCell id="0_z39_5xH4QXwe-hsvRL-90" parent="0_z39_5xH4QXwe-hsvRL-89" style="shape=partialRectangle;connectable=0;fillColor=none;top=0;left=0;bottom=0;right=0;fontStyle=1;overflow=hidden;html=1;whiteSpace=wrap;" value="PK,FK1" vertex="1">
          <mxGeometry height="30" width="60" as="geometry">
            <mxRectangle height="30" width="60" as="alternateBounds" />
          </mxGeometry>
        </mxCell>
        <mxCell id="0_z39_5xH4QXwe-hsvRL-91" parent="0_z39_5xH4QXwe-hsvRL-89" style="shape=partialRectangle;connectable=0;fillColor=none;top=0;left=0;bottom=0;right=0;align=left;spacingLeft=6;fontStyle=5;overflow=hidden;html=1;whiteSpace=wrap;" value="id_mascota" vertex="1">
-           <mxGeometry height="30" width="120" x="60" as="geometry">
+           <mxGeometry height="30" width="100" x="60" as="geometry">
+             <mxRectangle height="30" width="100" as="alternateBounds" />
+           </mxGeometry>
+         </mxCell>
+         <mxCell id="KWbXBu1kjB39PqBsBpqI-1" parent="0_z39_5xH4QXwe-hsvRL-89" style="shape=partialRectangle;connectable=0;fillColor=none;top=0;left=0;bottom=0;right=0;align=left;spacingLeft=6;fontStyle=0;overflow=hidden;html=1;whiteSpace=wrap;" value="VARCHAR(10)" vertex="1">
+           <mxGeometry height="30" width="120" x="160" as="geometry">
            <mxRectangle height="30" width="120" as="alternateBounds" />
          </mxGeometry>
        </mxCell>
        <mxCell id="0_z39_5xH4QXwe-hsvRL-92" parent="0_z39_5xH4QXwe-hsvRL-88" style="shape=tableRow;horizontal=0;startSize=0;swimlaneHead=0;swimlaneBody=0;fillColor=none;collapsible=0;dropTarget=0;points=[[0,0.5],[1,0.5]];portConstraint=eastwest;top=0;left=0;right=0;bottom=1;html=1;" value="" vertex="1">
-           <mxGeometry height="30" width="180" y="60" as="geometry" />
+           <mxGeometry height="30" width="280" y="60" as="geometry" />
        </mxCell>
        <mxCell id="0_z39_5xH4QXwe-hsvRL-93" parent="0_z39_5xH4QXwe-hsvRL-92" style="shape=partialRectangle;connectable=0;fillColor=none;top=0;left=0;bottom=0;right=0;fontStyle=1;overflow=hidden;html=1;whiteSpace=wrap;" value="PK,FK2" vertex="1">
          <mxGeometry height="30" width="60" as="geometry">
            <mxRectangle height="30" width="60" as="alternateBounds" />
          </mxGeometry>
        </mxCell>
        <mxCell id="0_z39_5xH4QXwe-hsvRL-94" parent="0_z39_5xH4QXwe-hsvRL-92" style="shape=partialRectangle;connectable=0;fillColor=none;top=0;left=0;bottom=0;right=0;align=left;spacingLeft=6;fontStyle=5;overflow=hidden;html=1;whiteSpace=wrap;" value="id_veterinario" vertex="1">
-           <mxGeometry height="30" width="120" x="60" as="geometry">
+           <mxGeometry height="30" width="100" x="60" as="geometry">
+             <mxRectangle height="30" width="100" as="alternateBounds" />
+           </mxGeometry>
+         </mxCell>
+         <mxCell id="KWbXBu1kjB39PqBsBpqI-2" parent="0_z39_5xH4QXwe-hsvRL-92" style="shape=partialRectangle;connectable=0;fillColor=none;top=0;left=0;bottom=0;right=0;align=left;spacingLeft=6;fontStyle=0;overflow=hidden;html=1;whiteSpace=wrap;" value="VARCHAR(10)" vertex="1">
+           <mxGeometry height="30" width="120" x="160" as="geometry">
            <mxRectangle height="30" width="120" as="alternateBounds" />
          </mxGeometry>
        </mxCell>
        <mxCell id="0_z39_5xH4QXwe-hsvRL-101" edge="1" parent="1" source="0_z39_5xH4QXwe-hsvRL-53" style="edgeStyle=orthogonalEdgeStyle;fontSize=12;html=1;endArrow=ERmany;startArrow=ERmany;rounded=0;exitX=0;exitY=0.5;exitDx=0;exitDy=0;curved=1;entryX=0;entryY=0.5;entryDx=0;entryDy=0;" target="0_z39_5xH4QXwe-hsvRL-92" value="">
          <mxGeometry height="100" relative="1" width="100" as="geometry">
            <Array as="points">
              <mxPoint x="570" y="785" />
-               <mxPoint x="570" y="625" />
+               <mxPoint x="570" y="640" />
+               <mxPoint x="630" y="640" />
            </Array>
            <mxPoint x="550" y="700" as="sourcePoint" />
            <mxPoint x="710" y="610" as="targetPoint" />
          </mxGeometry>
        </mxCell>
        <mxCell id="0_z39_5xH4QXwe-hsvRL-102" edge="1" parent="1" source="0_z39_5xH4QXwe-hsvRL-89" style="edgeStyle=entityRelationEdgeStyle;fontSize=12;html=1;endArrow=ERmany;startArrow=ERmany;rounded=0;exitX=1;exitY=0.5;exitDx=0;exitDy=0;entryX=1;entryY=0.5;entryDx=0;entryDy=0;" target="0_z39_5xH4QXwe-hsvRL-15" value="">
          <mxGeometry height="100" relative="1" width="100" as="geometry">
            <mxPoint x="900" y="540" as="sourcePoint" />
            <mxPoint x="1000" y="440" as="targetPoint" />
          </mxGeometry>
        </mxCell>
        <mxCell id="0_z39_5xH4QXwe-hsvRL-103" parent="1" style="shape=table;startSize=30;container=1;collapsible=1;childLayout=tableLayout;fixedRows=1;rowLines=0;fontStyle=1;align=center;resizeLast=1;html=1;" value="telefono" vertex="1">
          <mxGeometry height="90" width="270" x="-250" y="470" as="geometry" />
        </mxCell>
        <mxCell id="0_z39_5xH4QXwe-hsvRL-104" parent="0_z39_5xH4QXwe-hsvRL-103" style="shape=tableRow;horizontal=0;startSize=0;swimlaneHead=0;swimlaneBody=0;fillColor=none;collapsible=0;dropTarget=0;points=[[0,0.5],[1,0.5]];portConstraint=eastwest;top=0;left=0;right=0;bottom=1;" value="" vertex="1">
          <mxGeometry height="30" width="270" y="30" as="geometry" />
        </mxCell>
        <mxCell id="0_z39_5xH4QXwe-hsvRL-105" parent="0_z39_5xH4QXwe-hsvRL-104" style="shape=partialRectangle;connectable=0;fillColor=none;top=0;left=0;bottom=0;right=0;fontStyle=1;overflow=hidden;whiteSpace=wrap;html=1;" value="PK" vertex="1">
          <mxGeometry height="30" width="30" as="geometry">
            <mxRectangle height="30" width="30" as="alternateBounds" />
          </mxGeometry>
        </mxCell>
        <mxCell id="0_z39_5xH4QXwe-hsvRL-106" parent="0_z39_5xH4QXwe-hsvRL-104" style="shape=partialRectangle;connectable=0;fillColor=none;top=0;left=0;bottom=0;right=0;align=left;spacingLeft=6;fontStyle=5;overflow=hidden;whiteSpace=wrap;html=1;" value="numero_celular" vertex="1">
          <mxGeometry height="30" width="130" x="30" as="geometry">
            <mxRectangle height="30" width="130" as="alternateBounds" />
          </mxGeometry>
        </mxCell>
        <mxCell id="0_z39_5xH4QXwe-hsvRL-116" parent="0_z39_5xH4QXwe-hsvRL-104" style="shape=partialRectangle;connectable=0;fillColor=none;top=0;left=0;bottom=0;right=0;align=left;spacingLeft=6;fontStyle=0;overflow=hidden;whiteSpace=wrap;html=1;" value="VARCHAR(10)" vertex="1">
          <mxGeometry height="30" width="110" x="160" as="geometry">
            <mxRectangle height="30" width="110" as="alternateBounds" />
          </mxGeometry>
        </mxCell>
        <mxCell id="0_z39_5xH4QXwe-hsvRL-107" parent="0_z39_5xH4QXwe-hsvRL-103" style="shape=tableRow;horizontal=0;startSize=0;swimlaneHead=0;swimlaneBody=0;fillColor=none;collapsible=0;dropTarget=0;points=[[0,0.5],[1,0.5]];portConstraint=eastwest;top=0;left=0;right=0;bottom=0;" value="" vertex="1">
          <mxGeometry height="30" width="270" y="60" as="geometry" />
        </mxCell>
        <mxCell id="0_z39_5xH4QXwe-hsvRL-108" parent="0_z39_5xH4QXwe-hsvRL-107" style="shape=partialRectangle;connectable=0;fillColor=none;top=0;left=0;bottom=0;right=0;editable=1;overflow=hidden;whiteSpace=wrap;html=1;" value="FK" vertex="1">
          <mxGeometry height="30" width="30" as="geometry">
            <mxRectangle height="30" width="30" as="alternateBounds" />
          </mxGeometry>
        </mxCell>
        <mxCell id="0_z39_5xH4QXwe-hsvRL-109" parent="0_z39_5xH4QXwe-hsvRL-107" style="shape=partialRectangle;connectable=0;fillColor=none;top=0;left=0;bottom=0;right=0;align=left;spacingLeft=6;overflow=hidden;whiteSpace=wrap;html=1;" value="id_propietario" vertex="1">
          <mxGeometry height="30" width="130" x="30" as="geometry">
            <mxRectangle height="30" width="130" as="alternateBounds" />
          </mxGeometry>
        </mxCell>
        <mxCell id="0_z39_5xH4QXwe-hsvRL-117" parent="0_z39_5xH4QXwe-hsvRL-107" style="shape=partialRectangle;connectable=0;fillColor=none;top=0;left=0;bottom=0;right=0;align=left;spacingLeft=6;overflow=hidden;whiteSpace=wrap;html=1;" value="VARCHAR(10)" vertex="1">
          <mxGeometry height="30" width="110" x="160" as="geometry">
            <mxRectangle height="30" width="110" as="alternateBounds" />
          </mxGeometry>
        </mxCell>
        <mxCell id="0_z39_5xH4QXwe-hsvRL-118" edge="1" parent="1" source="0_z39_5xH4QXwe-hsvRL-104" style="edgeStyle=entityRelationEdgeStyle;fontSize=12;html=1;endArrow=ERmany;startArrow=ERmany;rounded=0;entryX=0;entryY=0.5;entryDx=0;entryDy=0;exitX=1;exitY=0.5;exitDx=0;exitDy=0;" target="0_z39_5xH4QXwe-hsvRL-2" value="">
          <mxGeometry height="100" relative="1" width="100" as="geometry">
            <mxPoint x="-160" y="460" as="sourcePoint" />
            <mxPoint x="70" y="280" as="targetPoint" />
          </mxGeometry>
        </mxCell>
        <mxCell id="0_z39_5xH4QXwe-hsvRL-119" parent="1" style="shape=table;startSize=30;container=1;collapsible=1;childLayout=tableLayout;fixedRows=1;rowLines=0;fontStyle=1;align=center;resizeLast=1;html=1;" value="familiar" vertex="1">
          <mxGeometry height="150" width="330" x="80" y="540" as="geometry" />
        </mxCell>
        <mxCell id="0_z39_5xH4QXwe-hsvRL-120" parent="0_z39_5xH4QXwe-hsvRL-119" style="shape=tableRow;horizontal=0;startSize=0;swimlaneHead=0;swimlaneBody=0;fillColor=none;collapsible=0;dropTarget=0;points=[[0,0.5],[1,0.5]];portConstraint=eastwest;top=0;left=0;right=0;bottom=1;" value="" vertex="1">
          <mxGeometry height="30" width="330" y="30" as="geometry" />
        </mxCell>
        <mxCell id="0_z39_5xH4QXwe-hsvRL-121" parent="0_z39_5xH4QXwe-hsvRL-120" style="shape=partialRectangle;connectable=0;fillColor=none;top=0;left=0;bottom=0;right=0;fontStyle=1;overflow=hidden;whiteSpace=wrap;html=1;" value="PK" vertex="1">
          <mxGeometry height="30" width="30" as="geometry">
            <mxRectangle height="30" width="30" as="alternateBounds" />
          </mxGeometry>
        </mxCell>
        <mxCell id="0_z39_5xH4QXwe-hsvRL-122" parent="0_z39_5xH4QXwe-hsvRL-120" style="shape=partialRectangle;connectable=0;fillColor=none;top=0;left=0;bottom=0;right=0;align=left;spacingLeft=6;fontStyle=5;overflow=hidden;whiteSpace=wrap;html=1;" value="cedula" vertex="1">
          <mxGeometry height="30" width="150" x="30" as="geometry">
            <mxRectangle height="30" width="150" as="alternateBounds" />
          </mxGeometry>
        </mxCell>
        <mxCell id="0_z39_5xH4QXwe-hsvRL-132" parent="0_z39_5xH4QXwe-hsvRL-120" style="shape=partialRectangle;connectable=0;fillColor=none;top=0;left=0;bottom=0;right=0;align=left;spacingLeft=6;fontStyle=0;overflow=hidden;whiteSpace=wrap;html=1;" value="VARCHAR(10)" vertex="1">
          <mxGeometry height="30" width="150" x="180" as="geometry">
            <mxRectangle height="30" width="150" as="alternateBounds" />
          </mxGeometry>
        </mxCell>
        <mxCell id="0_z39_5xH4QXwe-hsvRL-123" parent="0_z39_5xH4QXwe-hsvRL-119" style="shape=tableRow;horizontal=0;startSize=0;swimlaneHead=0;swimlaneBody=0;fillColor=none;collapsible=0;dropTarget=0;points=[[0,0.5],[1,0.5]];portConstraint=eastwest;top=0;left=0;right=0;bottom=0;" value="" vertex="1">
          <mxGeometry height="30" width="330" y="60" as="geometry" />
        </mxCell>
        <mxCell id="0_z39_5xH4QXwe-hsvRL-124" parent="0_z39_5xH4QXwe-hsvRL-123" style="shape=partialRectangle;connectable=0;fillColor=none;top=0;left=0;bottom=0;right=0;editable=1;overflow=hidden;whiteSpace=wrap;html=1;" value="" vertex="1">
          <mxGeometry height="30" width="30" as="geometry">
            <mxRectangle height="30" width="30" as="alternateBounds" />
          </mxGeometry>
        </mxCell>
        <mxCell id="0_z39_5xH4QXwe-hsvRL-125" parent="0_z39_5xH4QXwe-hsvRL-123" style="shape=partialRectangle;connectable=0;fillColor=none;top=0;left=0;bottom=0;right=0;align=left;spacingLeft=6;overflow=hidden;whiteSpace=wrap;html=1;" value="telefono" vertex="1">
          <mxGeometry height="30" width="150" x="30" as="geometry">
            <mxRectangle height="30" width="150" as="alternateBounds" />
          </mxGeometry>
        </mxCell>
        <mxCell id="0_z39_5xH4QXwe-hsvRL-133" parent="0_z39_5xH4QXwe-hsvRL-123" style="shape=partialRectangle;connectable=0;fillColor=none;top=0;left=0;bottom=0;right=0;align=left;spacingLeft=6;overflow=hidden;whiteSpace=wrap;html=1;" value="VARCHAR(10)" vertex="1">
          <mxGeometry height="30" width="150" x="180" as="geometry">
            <mxRectangle height="30" width="150" as="alternateBounds" />
          </mxGeometry>
        </mxCell>
        <mxCell id="0_z39_5xH4QXwe-hsvRL-126" parent="0_z39_5xH4QXwe-hsvRL-119" style="shape=tableRow;horizontal=0;startSize=0;swimlaneHead=0;swimlaneBody=0;fillColor=none;collapsible=0;dropTarget=0;points=[[0,0.5],[1,0.5]];portConstraint=eastwest;top=0;left=0;right=0;bottom=0;" value="" vertex="1">
          <mxGeometry height="30" width="330" y="90" as="geometry" />
        </mxCell>
        <mxCell id="0_z39_5xH4QXwe-hsvRL-127" parent="0_z39_5xH4QXwe-hsvRL-126" style="shape=partialRectangle;connectable=0;fillColor=none;top=0;left=0;bottom=0;right=0;editable=1;overflow=hidden;whiteSpace=wrap;html=1;" value="" vertex="1">
          <mxGeometry height="30" width="30" as="geometry">
            <mxRectangle height="30" width="30" as="alternateBounds" />
          </mxGeometry>
        </mxCell>
        <mxCell id="0_z39_5xH4QXwe-hsvRL-128" parent="0_z39_5xH4QXwe-hsvRL-126" style="shape=partialRectangle;connectable=0;fillColor=none;top=0;left=0;bottom=0;right=0;align=left;spacingLeft=6;overflow=hidden;whiteSpace=wrap;html=1;" value="nombre" vertex="1">
          <mxGeometry height="30" width="150" x="30" as="geometry">
            <mxRectangle height="30" width="150" as="alternateBounds" />
          </mxGeometry>
        </mxCell>
        <mxCell id="0_z39_5xH4QXwe-hsvRL-134" parent="0_z39_5xH4QXwe-hsvRL-126" style="shape=partialRectangle;connectable=0;fillColor=none;top=0;left=0;bottom=0;right=0;align=left;spacingLeft=6;overflow=hidden;whiteSpace=wrap;html=1;" value="VARCHAR(26)" vertex="1">
          <mxGeometry height="30" width="150" x="180" as="geometry">
            <mxRectangle height="30" width="150" as="alternateBounds" />
          </mxGeometry>
        </mxCell>
        <mxCell id="0_z39_5xH4QXwe-hsvRL-129" parent="0_z39_5xH4QXwe-hsvRL-119" style="shape=tableRow;horizontal=0;startSize=0;swimlaneHead=0;swimlaneBody=0;fillColor=none;collapsible=0;dropTarget=0;points=[[0,0.5],[1,0.5]];portConstraint=eastwest;top=0;left=0;right=0;bottom=0;" value="" vertex="1">
          <mxGeometry height="30" width="330" y="120" as="geometry" />
        </mxCell>
        <mxCell id="0_z39_5xH4QXwe-hsvRL-130" parent="0_z39_5xH4QXwe-hsvRL-129" style="shape=partialRectangle;connectable=0;fillColor=none;top=0;left=0;bottom=0;right=0;editable=1;overflow=hidden;whiteSpace=wrap;html=1;" value="FK" vertex="1">
          <mxGeometry height="30" width="30" as="geometry">
            <mxRectangle height="30" width="30" as="alternateBounds" />
          </mxGeometry>
        </mxCell>
        <mxCell id="0_z39_5xH4QXwe-hsvRL-131" parent="0_z39_5xH4QXwe-hsvRL-129" style="shape=partialRectangle;connectable=0;fillColor=none;top=0;left=0;bottom=0;right=0;align=left;spacingLeft=6;overflow=hidden;whiteSpace=wrap;html=1;" value="cedula_familiar" vertex="1">
          <mxGeometry height="30" width="150" x="30" as="geometry">
            <mxRectangle height="30" width="150" as="alternateBounds" />
          </mxGeometry>
        </mxCell>
        <mxCell id="0_z39_5xH4QXwe-hsvRL-135" parent="0_z39_5xH4QXwe-hsvRL-129" style="shape=partialRectangle;connectable=0;fillColor=none;top=0;left=0;bottom=0;right=0;align=left;spacingLeft=6;overflow=hidden;whiteSpace=wrap;html=1;" value="VARCHAR(10)" vertex="1">
          <mxGeometry height="30" width="150" x="180" as="geometry">
            <mxRectangle height="30" width="150" as="alternateBounds" />
          </mxGeometry>
        </mxCell>
        <mxCell id="0_z39_5xH4QXwe-hsvRL-137" edge="1" parent="1" source="0_z39_5xH4QXwe-hsvRL-129" style="edgeStyle=entityRelationEdgeStyle;fontSize=12;html=1;endArrow=ERmandOne;startArrow=ERmandOne;rounded=0;exitX=1;exitY=0.5;exitDx=0;exitDy=0;entryX=1;entryY=0.5;entryDx=0;entryDy=0;" target="0_z39_5xH4QXwe-hsvRL-2" value="">
          <mxGeometry height="100" relative="1" width="100" as="geometry">
            <mxPoint x="420" y="565" as="sourcePoint" />
            <mxPoint x="520" y="465" as="targetPoint" />
          </mxGeometry>
        </mxCell>
        <mxCell id="0_z39_5xH4QXwe-hsvRL-138" edge="1" parent="1" source="0_z39_5xH4QXwe-hsvRL-2" style="edgeStyle=entityRelationEdgeStyle;fontSize=12;html=1;endArrow=ERoneToMany;rounded=0;exitX=1;exitY=0.251;exitDx=0;exitDy=0;exitPerimeter=0;entryX=0;entryY=0.5;entryDx=0;entryDy=0;" target="0_z39_5xH4QXwe-hsvRL-27" value="">
          <mxGeometry height="100" relative="1" width="100" as="geometry">
            <mxPoint x="470" y="320" as="sourcePoint" />
            <mxPoint x="570" y="220" as="targetPoint" />
          </mxGeometry>
        </mxCell>
      </root>
    </mxGraphModel>
  </diagram>
</mxfile>
